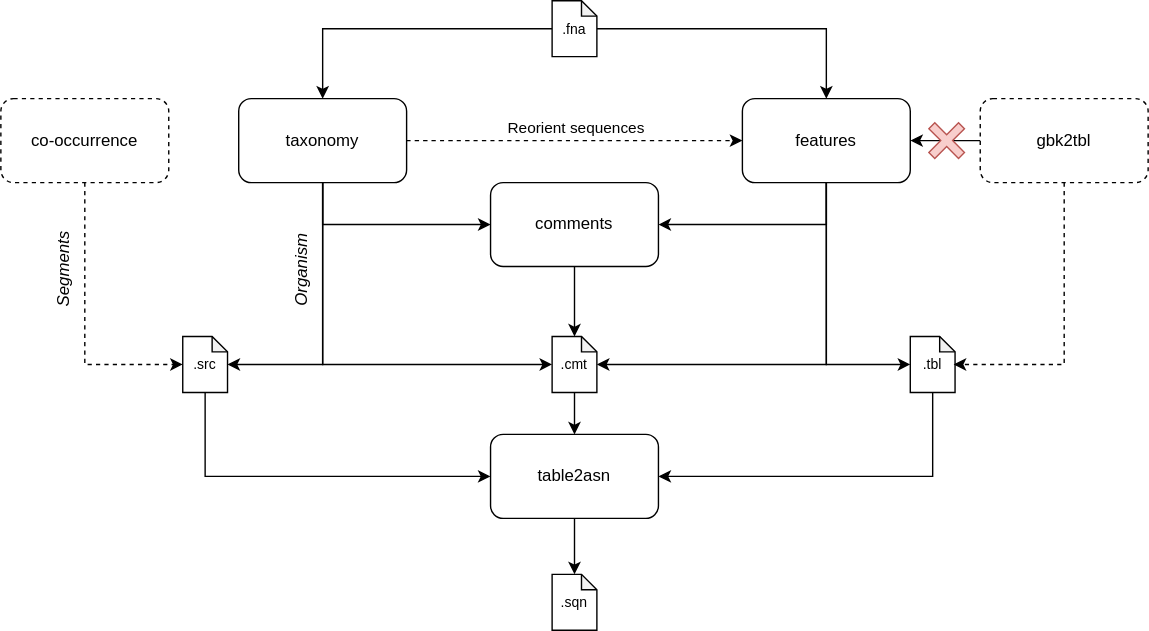
The draw.io diagram _images/suvtk_diagram_light.svg in LanderDC/suvtk, before a commit. Source tidied: cells renumbered, new cells last; positions are measured from the earlier drawing's top-left corner, leaving out a move shared by most shapes.
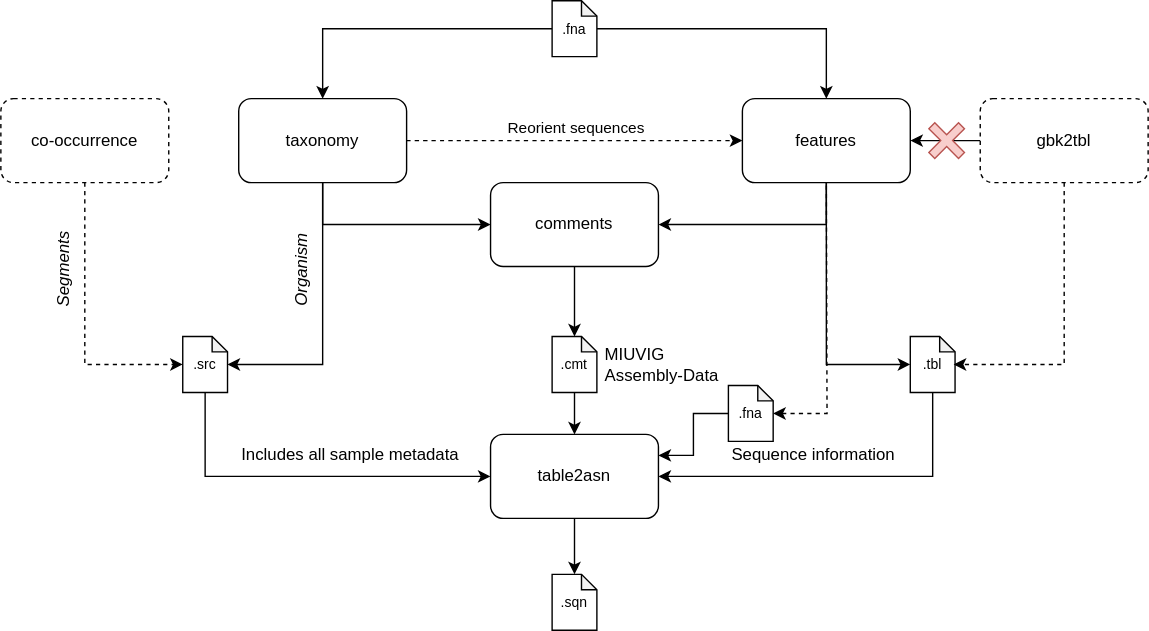
After the commit.

The edit, as a diff of the source:
```diff
@@ -74,9 +74,6 @@
     <mxCell id="21" style="edgeStyle=orthogonalEdgeStyle;rounded=0;jettySize=auto;html=1;exitX=0.5;exitY=1;exitDx=0;exitDy=0;entryX=1;entryY=0.5;entryDx=0;entryDy=0;entryPerimeter=0;" parent="1" edge="1" source="5" target="19">
       <mxGeometry relative="1" as="geometry" />
     </mxCell>
-    <mxCell id="22" style="edgeStyle=orthogonalEdgeStyle;rounded=0;jettySize=auto;html=1;entryX=0.5;entryY=1;entryDx=0;entryDy=0;startArrow=classic;startFill=1;endArrow=none;" parent="1" edge="1" source="23" target="7">
-      <mxGeometry relative="1" as="geometry" />
-    </mxCell>
     <mxCell id="23" value="&lt;font style=&quot;font-size: 10px;&quot;&gt;.cmt&lt;/font&gt;" style="shape=note;whiteSpace=wrap;html=1;backgroundOutline=1;darkOpacity=0.05;size=11;" parent="1" vertex="1">
       <mxGeometry x="412" y="240" width="32" height="40" as="geometry" />
     </mxCell>
@@ -113,8 +110,25 @@
     <mxCell id="34" value="&lt;font style=&quot;font-size: 10px;&quot;&gt;.fna&lt;/font&gt;" style="shape=note;whiteSpace=wrap;html=1;backgroundOutline=1;darkOpacity=0.05;size=11;" parent="1" vertex="1">
       <mxGeometry x="412" width="32" height="40" as="geometry" />
     </mxCell>
-    <mxCell id="35" style="edgeStyle=orthogonalEdgeStyle;rounded=0;jettySize=auto;html=1;exitX=0.5;exitY=1;exitDx=0;exitDy=0;entryX=0;entryY=0.5;entryDx=0;entryDy=0;entryPerimeter=0;" parent="1" edge="1" source="5" target="23">
-      <mxGeometry relative="1" as="geometry" />
-    </mxCell>
+    <mxCell id="36" style="edgeStyle=orthogonalEdgeStyle;rounded=0;jettySize=auto;html=1;exitX=0;exitY=0.5;exitDx=0;exitDy=0;exitPerimeter=0;entryX=1;entryY=0.25;entryDx=0;entryDy=0;" parent="1" edge="1" source="38" target="13">
+      <mxGeometry relative="1" as="geometry" />
+    </mxCell>
+    <mxCell id="37" style="edgeStyle=orthogonalEdgeStyle;rounded=0;jettySize=auto;html=1;startArrow=classic;startFill=1;endArrow=none;dashed=1;" parent="1" edge="1" source="38">
+      <mxGeometry relative="1" as="geometry">
+        <mxPoint x="608" y="130" as="targetPoint" />
+      </mxGeometry>
+    </mxCell>
+    <mxCell id="38" value="&lt;font style=&quot;font-size: 10px;&quot;&gt;.fna&lt;/font&gt;" style="shape=note;whiteSpace=wrap;html=1;backgroundOutline=1;darkOpacity=0.05;size=11;" parent="1" vertex="1">
+      <mxGeometry x="538" y="275" width="32" height="40" as="geometry" />
+    </mxCell>
+    <mxCell id="39" value="Includes all sample metadata" style="text;html=1;align=center;verticalAlign=middle;whiteSpace=wrap;rounded=0;" parent="1" vertex="1">
+      <mxGeometry x="188" y="310" width="160" height="30" as="geometry" />
+    </mxCell>
+    <mxCell id="40" value="MIUVIG&lt;div&gt;Assembly-Data&lt;/div&gt;" style="text;html=1;align=left;verticalAlign=middle;whiteSpace=wrap;rounded=0;" parent="1" vertex="1">
+      <mxGeometry x="448" y="245" width="90" height="30" as="geometry" />
+    </mxCell>
+    <mxCell id="41" value="Sequence information" style="text;html=1;align=center;verticalAlign=middle;whiteSpace=wrap;rounded=0;" parent="1" vertex="1">
+      <mxGeometry x="519" y="310" width="160" height="30" as="geometry" />
+    </mxCell>
   </root>
 </mxGraphModel>
```
